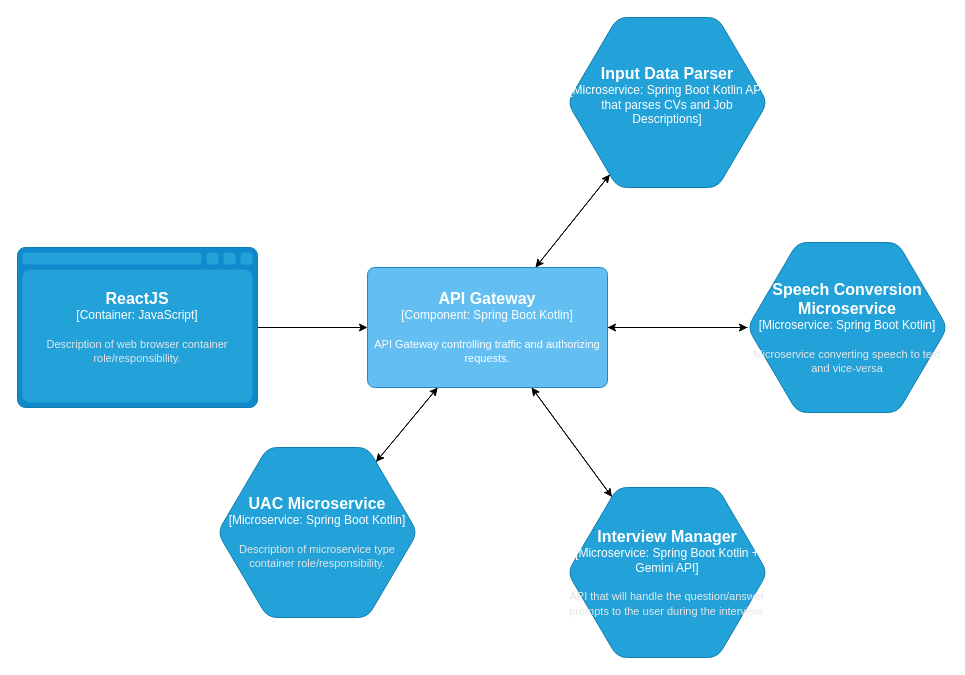
Earlier version of the draw.io diagram page "Service Diagram" (3 of 6) of licenta.drawio (Sory-Noroc/Smart-Interview-Coach). Source tidied: cells renumbered, new cells numbered last; positions are measured from the earlier drawing's top-left corner, leaving out a move shared by most shapes. Both pictures are drawn from the tidied source at 100%, with x=0, y=0 at pixel (17, 17).
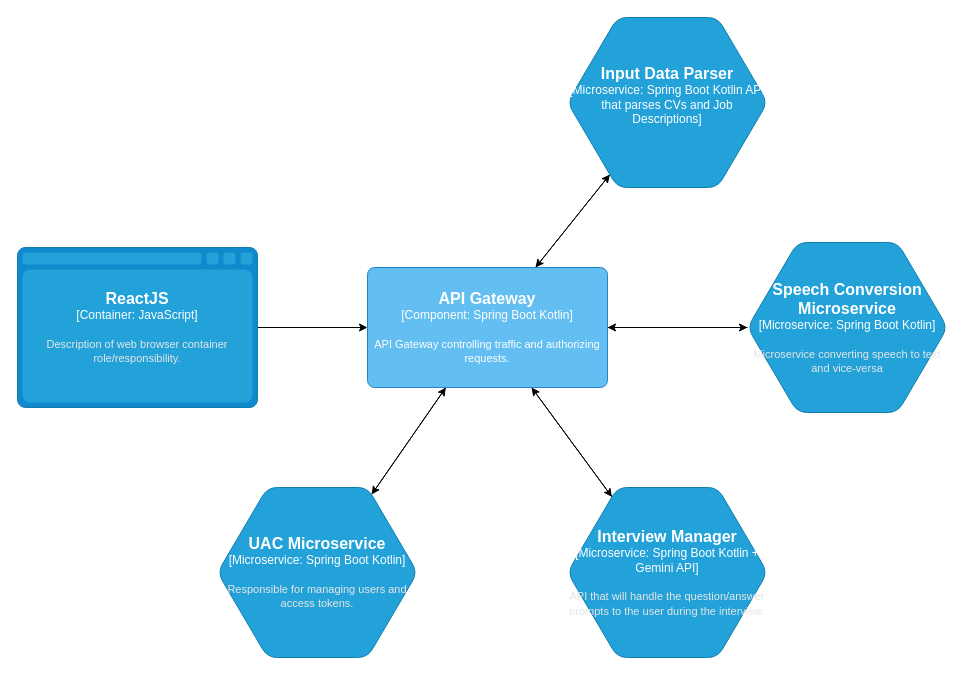
The same page after the edit.

Commit message (it also covers changes not shown here):
Microservices C4 diagram done

Change to the diagram source:
```diff
@@
-    <object id="16" label="&lt;font style=&quot;font-size: 16px&quot;&gt;&lt;b&gt;%c4Name%&lt;/b&gt;&lt;/font&gt;&lt;div&gt;[%c4Type%:&amp;nbsp;%c4Technology%]&lt;/div&gt;&lt;br&gt;&lt;div&gt;&lt;font style=&quot;font-size: 11px&quot;&gt;&lt;font color=&quot;#E6E6E6&quot;&gt;%c4Description%&lt;/font&gt;&lt;/div&gt;" c4Description="Description of microservice type container role/responsibility." c4Name="UAC Microservice" c4Technology="Spring Boot Kotlin" c4Type="Microservice" placeholders="1">
+    <object id="16" label="&lt;font style=&quot;font-size: 16px&quot;&gt;&lt;b&gt;%c4Name%&lt;/b&gt;&lt;/font&gt;&lt;div&gt;[%c4Type%:&amp;nbsp;%c4Technology%]&lt;/div&gt;&lt;br&gt;&lt;div&gt;&lt;font style=&quot;font-size: 11px&quot;&gt;&lt;font color=&quot;#E6E6E6&quot;&gt;%c4Description%&lt;/font&gt;&lt;/div&gt;" c4Description="Responsible for managing users and access tokens." c4Name="UAC Microservice" c4Technology="Spring Boot Kotlin" c4Type="Microservice" placeholders="1">
       <mxCell style="shape=hexagon;size=50;perimeter=hexagonPerimeter2;whiteSpace=wrap;html=1;fixedSize=1;rounded=1;labelBackgroundColor=none;fillColor=#23A2D9;fontSize=12;fontColor=#ffffff;align=center;strokeColor=#0E7DAD;points=[[0.5,0,0],[1,0.25,0],[1,0.5,0],[1,0.75,0],[0.5,1,0],[0,0.75,0],[0,0.5,0],[0,0.25,0]];" parent="1" vertex="1">
-        <mxGeometry x="200" y="430" width="200" height="170" as="geometry" />
+        <mxGeometry x="200" y="470" width="200" height="170" as="geometry" />
       </mxCell>
     </object>
```
